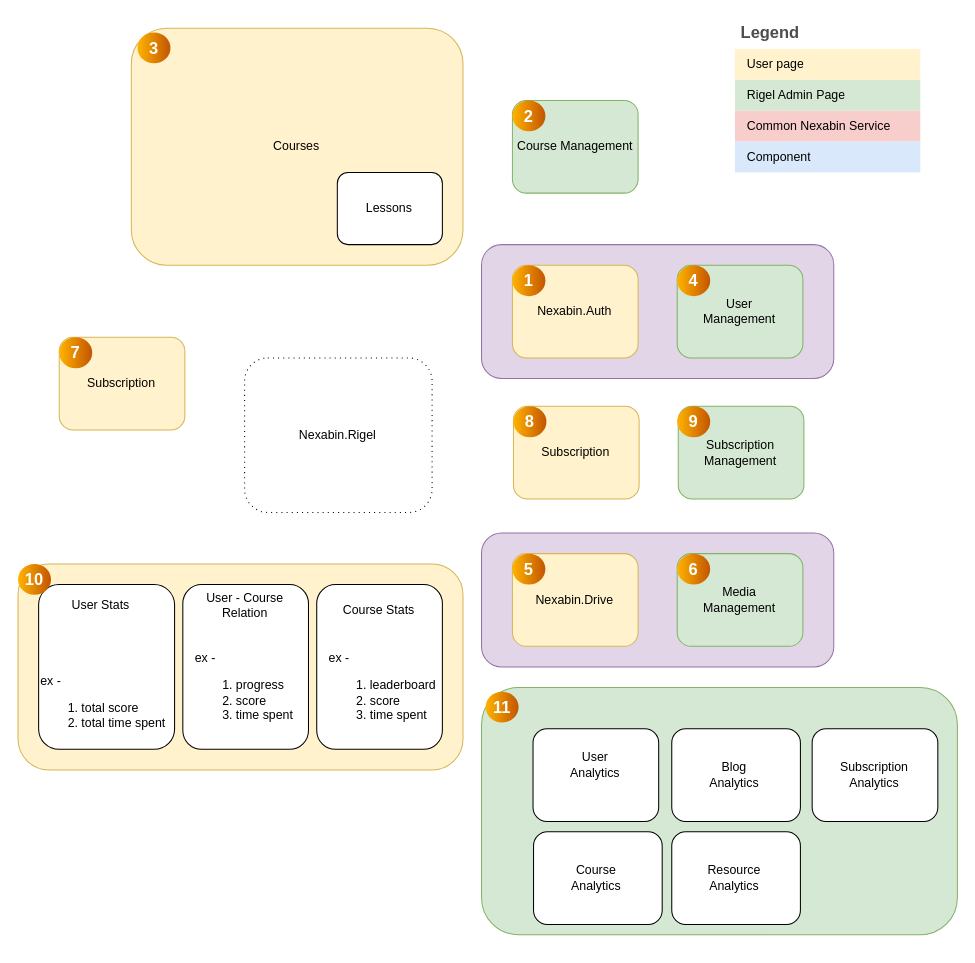
This is page "Rigel-Features" (1 of 3) of projects/Learning.drawio from Jablu/diagrams, a draw.io file, before an edit. Source tidied: cells renumbered, new cells numbered last; positions are measured from the earlier drawing's top-left corner, leaving out a move shared by most shapes. Both pictures are drawn from the tidied source at 103%, with x=0, y=0 at pixel (18, 18).
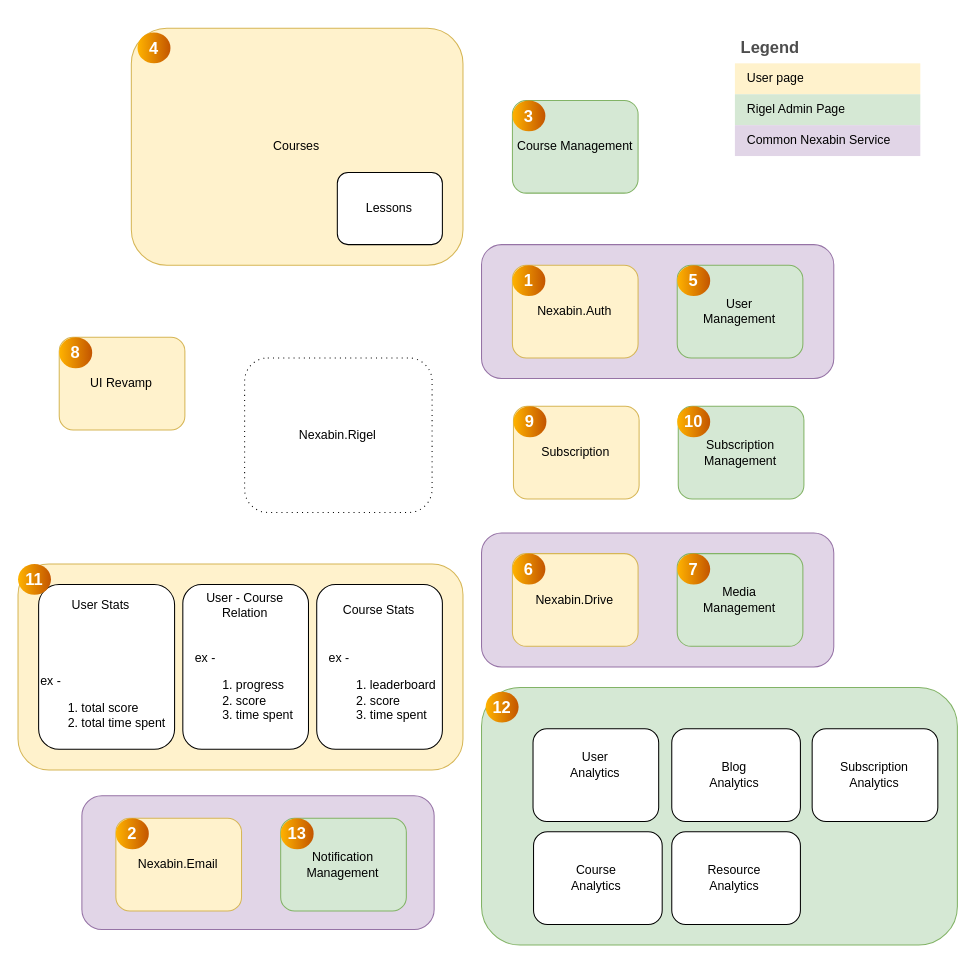
The same page after the edit.

Unchanged cells that the change refers to:
```xml
<mxCell id="12" style="group;" parent="1" vertex="1">
  <mxGeometry x="481" y="377" width="122" height="90" as="geometry" />
</mxCell>
<mxCell id="16" style="group;" parent="1" vertex="1">
  <mxGeometry x="641" y="377" width="122" height="90" as="geometry" />
</mxCell>
<mxCell id="20" style="group;" parent="1" vertex="1">
  <mxGeometry x="640" y="240" width="122" height="90" as="geometry" />
</mxCell>
<mxCell id="24" style="group;" parent="1" vertex="1">
  <mxGeometry x="480" y="80" width="122" height="90" as="geometry" />
</mxCell>
<mxCell id="32" style="shape=tableRow;horizontal=0;startSize=0;swimlaneHead=0;swimlaneBody=0;strokeColor=inherit;top=0;left=0;bottom=0;right=0;fillColor=none;fontSize=12;" parent="27" vertex="1">
  <mxGeometry y="90" width="180" height="30" as="geometry" />
</mxCell>
<mxCell id="49" style="group;" parent="1" vertex="1">
  <mxGeometry x="480" y="520" width="122" height="90" as="geometry" />
</mxCell>
<mxCell id="53" style="group;" parent="1" vertex="1">
  <mxGeometry x="640" y="520" width="122" height="90" as="geometry" />
</mxCell>
<mxCell id="75" style="group;" parent="1" vertex="1">
  <mxGeometry x="40" y="310" width="122" height="90" as="geometry" />
</mxCell>
```

What changed in the source:
```diff
@@
     <mxCell id="2" style="rounded=1;whiteSpace=wrap;html=1;fillColor=#d5e8d4;strokeColor=#82b366;" parent="1" vertex="1">
-      <mxGeometry x="450" y="650" width="462" height="240" as="geometry" />
+      <mxGeometry x="450" y="650" width="462" height="250" as="geometry" />
     </mxCell>
@@
-    <mxCell id="15" value="8" style="ellipse;whiteSpace=wrap;html=1;rotation=0;gradientColor=#C35500;strokeColor=none;gradientDirection=east;fillColor=#FFB300;rounded=0;fontFamily=Helvetica;fontSize=16;fontColor=#FFFFFF;spacingTop=4;spacingBottom=4;spacingLeft=4;spacingRight=4;fontStyle=1;" parent="12" vertex="1">
+    <mxCell id="15" value="9" style="ellipse;whiteSpace=wrap;html=1;rotation=0;gradientColor=#C35500;strokeColor=none;gradientDirection=east;fillColor=#FFB300;rounded=0;fontFamily=Helvetica;fontSize=16;fontColor=#FFFFFF;spacingTop=4;spacingBottom=4;spacingLeft=4;spacingRight=4;fontStyle=1;" parent="12" vertex="1">
       <mxGeometry width="32" height="30" as="geometry" />
     </mxCell>
@@
-    <mxCell id="19" value="9" style="ellipse;whiteSpace=wrap;html=1;rotation=0;gradientColor=#C35500;strokeColor=none;gradientDirection=east;fillColor=#FFB300;rounded=0;fontFamily=Helvetica;fontSize=16;fontColor=#FFFFFF;spacingTop=4;spacingBottom=4;spacingLeft=4;spacingRight=4;fontStyle=1;" parent="16" vertex="1">
+    <mxCell id="19" value="10" style="ellipse;whiteSpace=wrap;html=1;rotation=0;gradientColor=#C35500;strokeColor=none;gradientDirection=east;fillColor=#FFB300;rounded=0;fontFamily=Helvetica;fontSize=16;fontColor=#FFFFFF;spacingTop=4;spacingBottom=4;spacingLeft=4;spacingRight=4;fontStyle=1;" parent="16" vertex="1">
       <mxGeometry x="-1" width="32" height="30" as="geometry" />
     </mxCell>
@@
-    <mxCell id="23" value="4" style="ellipse;whiteSpace=wrap;html=1;rotation=0;gradientColor=#C35500;strokeColor=none;gradientDirection=east;fillColor=#FFB300;rounded=0;fontFamily=Helvetica;fontSize=16;fontColor=#FFFFFF;spacingTop=4;spacingBottom=4;spacingLeft=4;spacingRight=4;fontStyle=1;" parent="20" vertex="1">
+    <mxCell id="23" value="5" style="ellipse;whiteSpace=wrap;html=1;rotation=0;gradientColor=#C35500;strokeColor=none;gradientDirection=east;fillColor=#FFB300;rounded=0;fontFamily=Helvetica;fontSize=16;fontColor=#FFFFFF;spacingTop=4;spacingBottom=4;spacingLeft=4;spacingRight=4;fontStyle=1;" parent="20" vertex="1">
       <mxGeometry width="32" height="30" as="geometry" />
     </mxCell>
@@
-    <mxCell id="26" value="2" style="ellipse;whiteSpace=wrap;html=1;rotation=0;gradientColor=#C35500;strokeColor=none;gradientDirection=east;fillColor=#FFB300;rounded=0;fontFamily=Helvetica;fontSize=16;fontColor=#FFFFFF;spacingTop=4;spacingBottom=4;spacingLeft=4;spacingRight=4;fontStyle=1;" parent="24" vertex="1">
+    <mxCell id="26" value="3" style="ellipse;whiteSpace=wrap;html=1;rotation=0;gradientColor=#C35500;strokeColor=none;gradientDirection=east;fillColor=#FFB300;rounded=0;fontFamily=Helvetica;fontSize=16;fontColor=#FFFFFF;spacingTop=4;spacingBottom=4;spacingLeft=4;spacingRight=4;fontStyle=1;" parent="24" vertex="1">
       <mxGeometry width="32" height="30" as="geometry" />
     </mxCell>
     <mxCell id="27" value="Legend" style="shape=table;startSize=30;childLayout=tableLayout;fontSize=16;align=left;verticalAlign=top;fillColor=none;strokeColor=none;fontColor=#4D4D4D;fontStyle=1;spacingLeft=6;spacing=0;" parent="1" vertex="1">
-      <mxGeometry x="696" width="180" height="150" as="geometry" />
+      <mxGeometry x="696" y="14" width="180" height="120" as="geometry" />
     </mxCell>
@@
-    <mxCell id="33" value="Common Nexabin Service" style="shape=partialRectangle;html=1;whiteSpace=wrap;strokeColor=#b85450;overflow=hidden;fillColor=#f8cecc;top=0;left=0;bottom=0;right=0;fontSize=12;align=left;spacingLeft=10;spacingRight=4;" parent="32" vertex="1">
+    <mxCell id="33" value="Common Nexabin Service" style="shape=partialRectangle;html=1;whiteSpace=wrap;strokeColor=#9673a6;overflow=hidden;fillColor=#e1d5e7;top=0;left=0;bottom=0;right=0;fontSize=12;align=left;spacingLeft=10;spacingRight=4;" parent="32" vertex="1">
       <mxGeometry width="180" height="30" as="geometry" />
     </mxCell>
-    <mxCell id="34" style="shape=tableRow;horizontal=0;startSize=0;swimlaneHead=0;swimlaneBody=0;strokeColor=inherit;top=0;left=0;bottom=0;right=0;fillColor=none;fontSize=12;" parent="27" vertex="1">
-      <mxGeometry y="120" width="180" height="30" as="geometry" />
-    </mxCell>
-    <mxCell id="35" value="Component" style="shape=partialRectangle;html=1;whiteSpace=wrap;strokeColor=#6c8ebf;overflow=hidden;fillColor=#dae8fc;top=0;left=0;bottom=0;right=0;fontSize=12;align=left;spacingLeft=10;spacingRight=4;" parent="34" vertex="1">
-      <mxGeometry width="180" height="30" as="geometry" />
-    </mxCell>
@@
-    <mxCell id="52" value="5" style="ellipse;whiteSpace=wrap;html=1;rotation=0;gradientColor=#C35500;strokeColor=none;gradientDirection=east;fillColor=#FFB300;rounded=0;fontFamily=Helvetica;fontSize=16;fontColor=#FFFFFF;spacingTop=4;spacingBottom=4;spacingLeft=4;spacingRight=4;fontStyle=1;" parent="49" vertex="1">
+    <mxCell id="52" value="6" style="ellipse;whiteSpace=wrap;html=1;rotation=0;gradientColor=#C35500;strokeColor=none;gradientDirection=east;fillColor=#FFB300;rounded=0;fontFamily=Helvetica;fontSize=16;fontColor=#FFFFFF;spacingTop=4;spacingBottom=4;spacingLeft=4;spacingRight=4;fontStyle=1;" parent="49" vertex="1">
       <mxGeometry width="32" height="30" as="geometry" />
     </mxCell>
@@
-    <mxCell id="56" value="6" style="ellipse;whiteSpace=wrap;html=1;rotation=0;gradientColor=#C35500;strokeColor=none;gradientDirection=east;fillColor=#FFB300;rounded=0;fontFamily=Helvetica;fontSize=16;fontColor=#FFFFFF;spacingTop=4;spacingBottom=4;spacingLeft=4;spacingRight=4;fontStyle=1;" parent="53" vertex="1">
+    <mxCell id="56" value="7" style="ellipse;whiteSpace=wrap;html=1;rotation=0;gradientColor=#C35500;strokeColor=none;gradientDirection=east;fillColor=#FFB300;rounded=0;fontFamily=Helvetica;fontSize=16;fontColor=#FFFFFF;spacingTop=4;spacingBottom=4;spacingLeft=4;spacingRight=4;fontStyle=1;" parent="53" vertex="1">
       <mxGeometry width="32" height="30" as="geometry" />
     </mxCell>
@@
-    <mxCell id="60" value="3" style="ellipse;whiteSpace=wrap;html=1;rotation=0;gradientColor=#C35500;strokeColor=none;gradientDirection=east;fillColor=#FFB300;rounded=0;fontFamily=Helvetica;fontSize=16;fontColor=#FFFFFF;spacingTop=4;spacingBottom=4;spacingLeft=4;spacingRight=4;fontStyle=1;" parent="1" vertex="1">
+    <mxCell id="60" value="4" style="ellipse;whiteSpace=wrap;html=1;rotation=0;gradientColor=#C35500;strokeColor=none;gradientDirection=east;fillColor=#FFB300;rounded=0;fontFamily=Helvetica;fontSize=16;fontColor=#FFFFFF;spacingTop=4;spacingBottom=4;spacingLeft=4;spacingRight=4;fontStyle=1;" parent="1" vertex="1">
       <mxGeometry x="116" y="14" width="32" height="30" as="geometry" />
     </mxCell>
-    <mxCell id="61" value="11" style="ellipse;whiteSpace=wrap;html=1;rotation=0;gradientColor=#C35500;strokeColor=none;gradientDirection=east;fillColor=#FFB300;rounded=0;fontFamily=Helvetica;fontSize=16;fontColor=#FFFFFF;spacingTop=4;spacingBottom=4;spacingLeft=4;spacingRight=4;fontStyle=1;" parent="1" vertex="1">
+    <mxCell id="61" value="12" style="ellipse;whiteSpace=wrap;html=1;rotation=0;gradientColor=#C35500;strokeColor=none;gradientDirection=east;fillColor=#FFB300;rounded=0;fontFamily=Helvetica;fontSize=16;fontColor=#FFFFFF;spacingTop=4;spacingBottom=4;spacingLeft=4;spacingRight=4;fontStyle=1;" parent="1" vertex="1">
       <mxGeometry x="454" y="654" width="32" height="30" as="geometry" />
     </mxCell>
@@
-    <mxCell id="77" value="Subscription" style="text;html=1;align=center;verticalAlign=middle;strokeColor=none;fillColor=none;" parent="75" vertex="1">
-      <mxGeometry x="15" y="30" width="90" height="30" as="geometry" />
+    <mxCell id="77" value="UI Revamp" style="text;html=1;align=center;verticalAlign=middle;strokeColor=none;fillColor=none;" parent="75" vertex="1">
+      <mxGeometry x="20" y="30" width="80" height="30" as="geometry" />
     </mxCell>
-    <mxCell id="78" value="7" style="ellipse;whiteSpace=wrap;html=1;rotation=0;gradientColor=#C35500;strokeColor=none;gradientDirection=east;fillColor=#FFB300;rounded=0;fontFamily=Helvetica;fontSize=16;fontColor=#FFFFFF;spacingTop=4;spacingBottom=4;spacingLeft=4;spacingRight=4;fontStyle=1;" parent="75" vertex="1">
+    <mxCell id="78" value="8" style="ellipse;whiteSpace=wrap;html=1;rotation=0;gradientColor=#C35500;strokeColor=none;gradientDirection=east;fillColor=#FFB300;rounded=0;fontFamily=Helvetica;fontSize=16;fontColor=#FFFFFF;spacingTop=4;spacingBottom=4;spacingLeft=4;spacingRight=4;fontStyle=1;" parent="75" vertex="1">
       <mxGeometry width="32" height="30" as="geometry" />
     </mxCell>
-    <mxCell id="79" value="10" style="ellipse;whiteSpace=wrap;html=1;rotation=0;gradientColor=#C35500;strokeColor=none;gradientDirection=east;fillColor=#FFB300;rounded=0;fontFamily=Helvetica;fontSize=16;fontColor=#FFFFFF;spacingTop=4;spacingBottom=4;spacingLeft=4;spacingRight=4;fontStyle=1;" parent="1" vertex="1">
+    <mxCell id="79" value="11" style="ellipse;whiteSpace=wrap;html=1;rotation=0;gradientColor=#C35500;strokeColor=none;gradientDirection=east;fillColor=#FFB300;rounded=0;fontFamily=Helvetica;fontSize=16;fontColor=#FFFFFF;spacingTop=4;spacingBottom=4;spacingLeft=4;spacingRight=4;fontStyle=1;" parent="1" vertex="1">
       <mxGeometry y="530" width="32" height="30" as="geometry" />
     </mxCell>
+    <mxCell id="80" style="rounded=1;whiteSpace=wrap;html=1;fillColor=#e1d5e7;strokeColor=#9673a6;" parent="1" vertex="1">
+      <mxGeometry x="62" y="755" width="342" height="130" as="geometry" />
+    </mxCell>
+    <mxCell id="81" style="group;" parent="1" vertex="1">
+      <mxGeometry x="95" y="777" width="122" height="90" as="geometry" />
+    </mxCell>
+    <mxCell id="82" style="rounded=1;whiteSpace=wrap;html=1;fillColor=#fff2cc;strokeColor=#d6b656;" parent="81" vertex="1">
+      <mxGeometry width="122" height="90" as="geometry" />
+    </mxCell>
+    <mxCell id="83" value="Nexabin.Email" style="text;html=1;align=center;verticalAlign=middle;strokeColor=none;fillColor=none;" parent="81" vertex="1">
+      <mxGeometry x="10" y="30" width="100" height="30" as="geometry" />
+    </mxCell>
+    <mxCell id="84" value="2" style="ellipse;whiteSpace=wrap;html=1;rotation=0;gradientColor=#C35500;strokeColor=none;gradientDirection=east;fillColor=#FFB300;rounded=0;fontFamily=Helvetica;fontSize=16;fontColor=#FFFFFF;spacingTop=4;spacingBottom=4;spacingLeft=4;spacingRight=4;fontStyle=1;" parent="81" vertex="1">
+      <mxGeometry width="32" height="30" as="geometry" />
+    </mxCell>
+    <mxCell id="85" style="group;" parent="1" vertex="1">
+      <mxGeometry x="255" y="777" width="122" height="90" as="geometry" />
+    </mxCell>
+    <mxCell id="86" style="rounded=1;whiteSpace=wrap;html=1;fillColor=#d5e8d4;strokeColor=#82b366;" parent="85" vertex="1">
+      <mxGeometry width="122" height="90" as="geometry" />
+    </mxCell>
+    <mxCell id="87" value="&lt;div&gt;Notification&lt;/div&gt;&lt;div&gt;Management&lt;/div&gt;" style="text;html=1;align=center;verticalAlign=middle;strokeColor=none;fillColor=none;" parent="85" vertex="1">
+      <mxGeometry x="15" y="25" width="90" height="40" as="geometry" />
+    </mxCell>
+    <mxCell id="88" value="13" style="ellipse;whiteSpace=wrap;html=1;rotation=0;gradientColor=#C35500;strokeColor=none;gradientDirection=east;fillColor=#FFB300;rounded=0;fontFamily=Helvetica;fontSize=16;fontColor=#FFFFFF;spacingTop=4;spacingBottom=4;spacingLeft=4;spacingRight=4;fontStyle=1;" parent="85" vertex="1">
+      <mxGeometry width="32" height="30" as="geometry" />
+    </mxCell>
```
